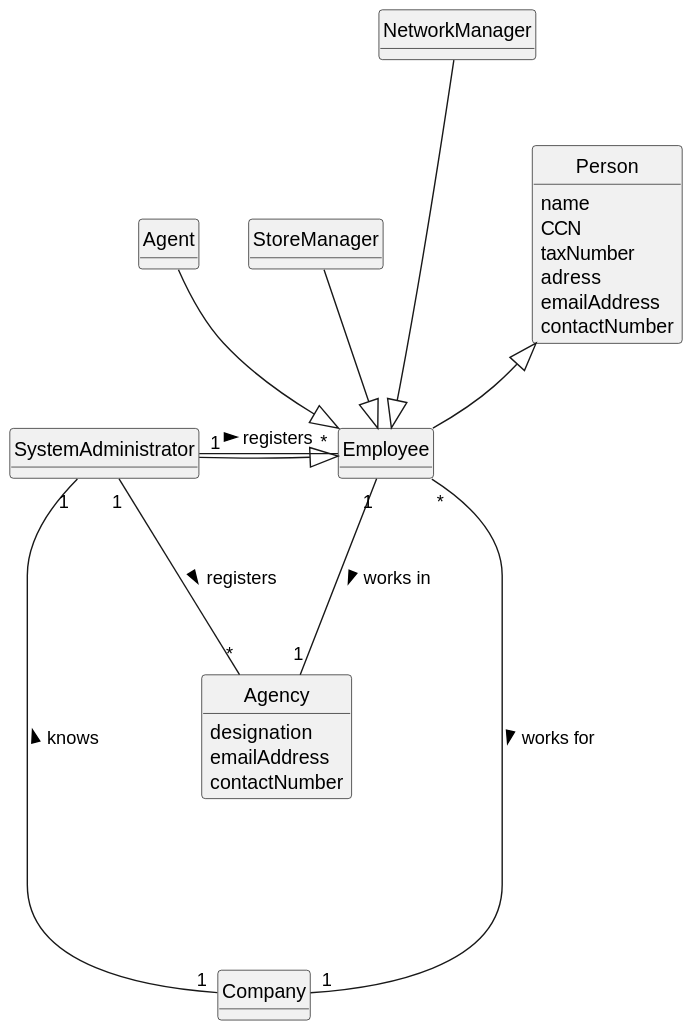
The PlantUML diagram docs/sprintA/us003/02.analysis/svg/us003-domain-model.svg in rita-barbosa/LAPR2-2223, before a commit.
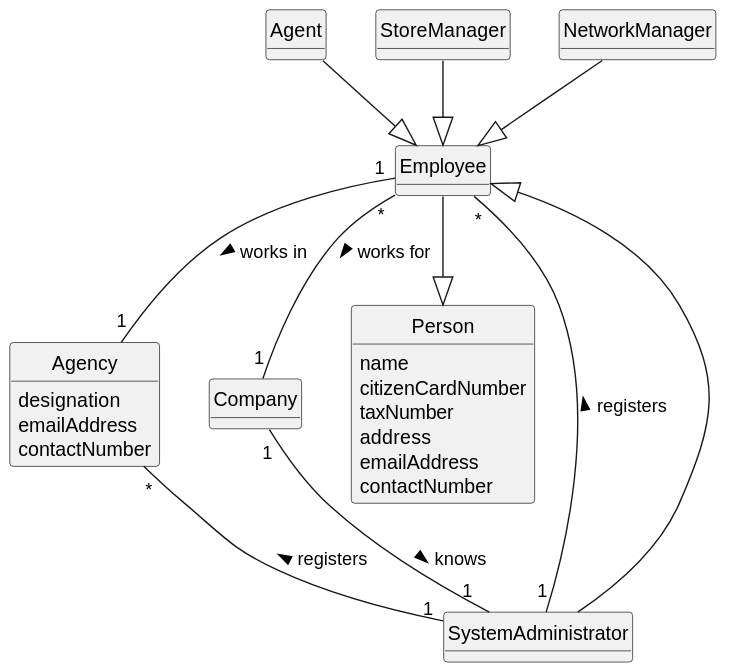
The same diagram one commit later.

Commit message:
Correcting some spelling mistakes and domain model errors on US003 (Work done by: all)

Diff of the diagram source:
```diff
@@ -25,9 +25,9 @@
 
 class Person{
 name
-CCN
+citizenCardNumber
 taxNumber
-adress
+address
 emailAddress
 contactNumber
 }
@@ -40,14 +40,14 @@
 }
 
 
-Company "1" ----- "1" SystemAdministrator : knows >
-SystemAdministrator ---|> Employee
-SystemAdministrator "1" - "*" Employee: registers >
-SystemAdministrator "1" --- "*" Agency: registers >
-Employee "*" ---- "1" Company : works for >
-Employee "1" --- "1" Agency: works in  >
-Person  <|--  Employee
+Company "1" -- "1" SystemAdministrator : knows >
+SystemAdministrator -|> Employee
+SystemAdministrator "1" -- "*" Employee: registers >
+SystemAdministrator "1" -up- "*" Agency: registers >
+Employee "*" -- "1" Company : works for >
+Employee "1" -- "1" Agency: works in  >
+Person  <|-up-  Employee
 Agent  --|> Employee
 StoreManager --|> Employee
-NetworkManager ---|> Employee
+NetworkManager --|> Employee
 @enduml
```
